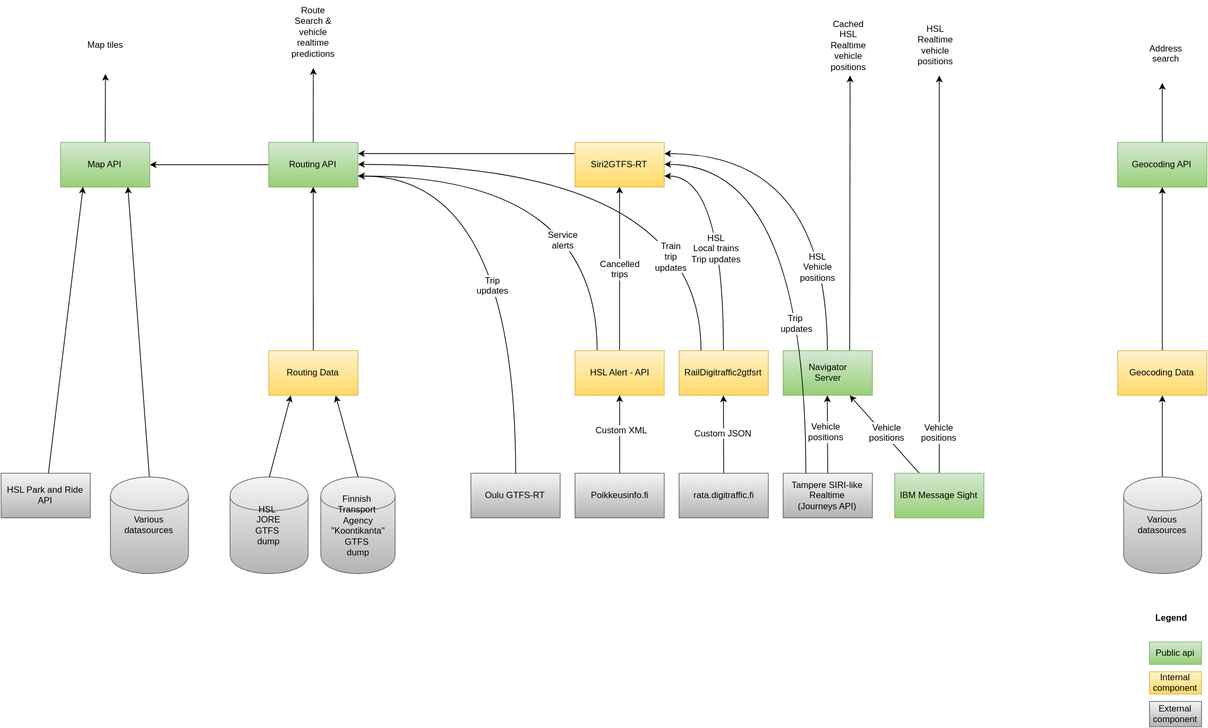
Before: pages/en/developers/architecture/architecture.svg, a diagram exported from draw.io (HSLdevcom/digitransit-site). Source tidied: cells renumbered, new cells last; positions are measured from the earlier drawing's top-left corner, leaving out a move shared by most shapes.
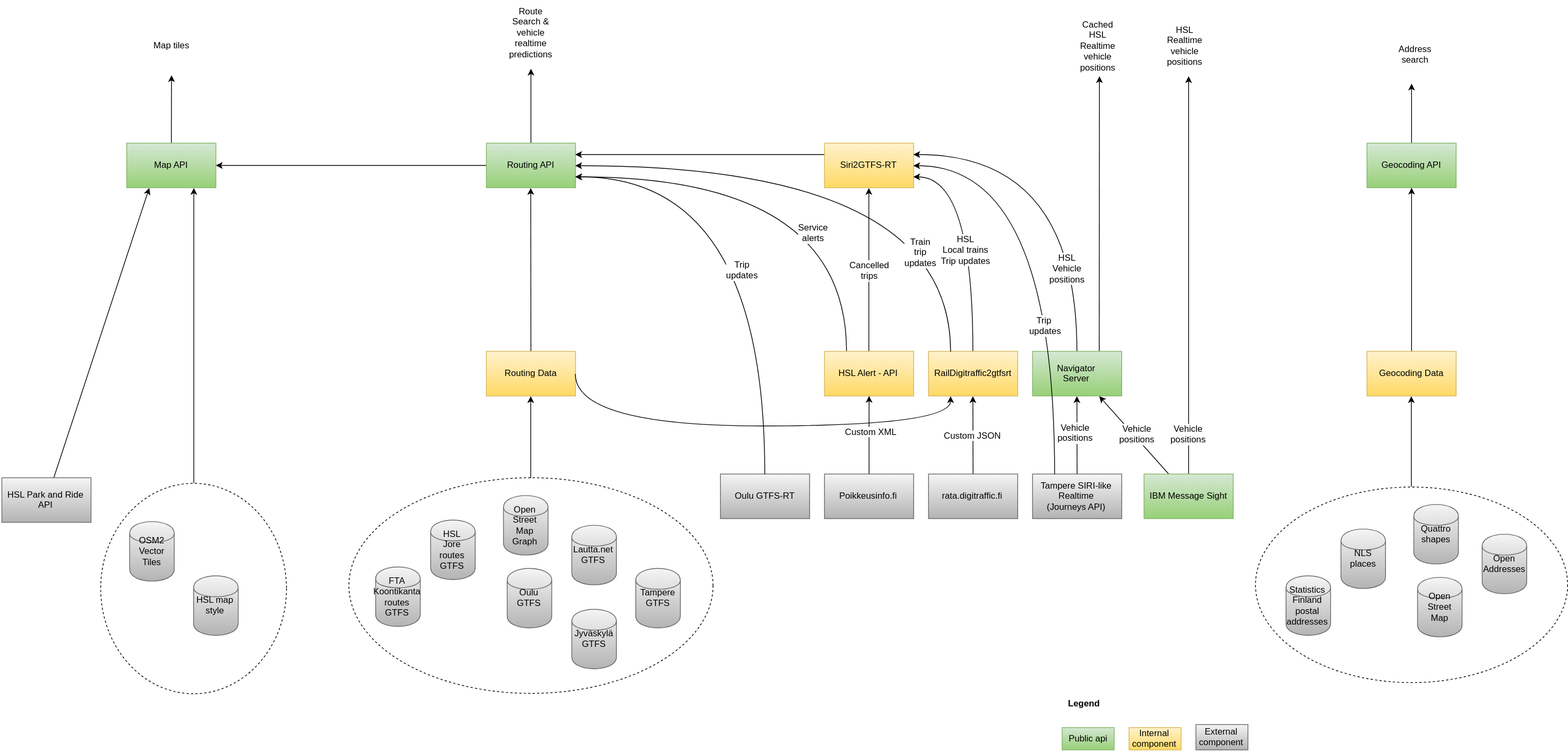
After the commit.

The edit, as a diff of the source:
```diff
@@ -2,22 +2,25 @@
   <root>
     <mxCell id="0" />
     <mxCell id="1" parent="0" />
+    <mxCell id="67" style="ellipse;whiteSpace=wrap;html=1;align=center;fillColor=#ffffff;strokeColor=#000000;dashed=1;" parent="1" vertex="1">
+      <mxGeometry x="132" y="640" width="490" height="290" as="geometry" />
+    </mxCell>
     <mxCell id="2" style="edgeStyle=orthogonalEdgeStyle;curved=1;rounded=0;html=1;jettySize=auto;" parent="1" edge="1" source="4">
       <mxGeometry relative="1" as="geometry">
-        <mxPoint x="420" y="90" as="targetPoint" />
+        <mxPoint x="377" y="90" as="targetPoint" />
       </mxGeometry>
     </mxCell>
     <mxCell id="3" style="edgeStyle=none;rounded=0;html=1;jettySize=auto;" parent="1" edge="1" source="4" target="45">
       <mxGeometry relative="1" as="geometry" />
     </mxCell>
     <mxCell id="4" value="&lt;div style=&quot;text-align: center&quot;&gt;Routing API&lt;/div&gt;" style="whiteSpace=wrap;html=1;align=center;plain-green;" parent="1" vertex="1">
-      <mxGeometry x="360" y="190" width="120" height="60" as="geometry" />
+      <mxGeometry x="317" y="190" width="120" height="60" as="geometry" />
     </mxCell>
     <mxCell id="5" style="rounded=0;html=1;jettySize=auto;entryX=0.5;entryY=1;" parent="1" edge="1" source="6" target="4">
       <mxGeometry relative="1" as="geometry" />
     </mxCell>
     <mxCell id="6" value="&lt;div style=&quot;text-align: center&quot;&gt;Routing Data&lt;/div&gt;" style="whiteSpace=wrap;html=1;align=center;plain-yellow;" parent="1" vertex="1">
-      <mxGeometry x="360" y="470" width="120" height="60" as="geometry" />
+      <mxGeometry x="317" y="470" width="120" height="60" as="geometry" />
     </mxCell>
     <mxCell id="7" style="edgeStyle=orthogonalEdgeStyle;curved=1;rounded=0;html=1;jettySize=auto;" parent="1" edge="1" source="8">
       <mxGeometry relative="1" as="geometry">
@@ -63,19 +66,10 @@
     <mxCell id="20" value="&lt;div style=&quot;text-align: center&quot;&gt;Siri2GTFS-RT&lt;/div&gt;" style="whiteSpace=wrap;html=1;align=center;plain-yellow;" parent="1" vertex="1">
       <mxGeometry x="772" y="190" width="120" height="60" as="geometry" />
     </mxCell>
-    <mxCell id="21" value="&lt;span&gt;HSL&amp;nbsp;&lt;/span&gt;&lt;div&gt;JORE&lt;/div&gt;&lt;div&gt;GTFS&amp;nbsp;&lt;/div&gt;&lt;div&gt;dump&lt;/div&gt;" style="shape=cylinder;whiteSpace=wrap;html=1;align=center;plain-gray;" parent="1" vertex="1">
-      <mxGeometry x="308" y="640" width="105" height="130" as="geometry" />
-    </mxCell>
-    <mxCell id="22" value="&lt;span&gt;Finnish&amp;nbsp;&lt;/span&gt;&lt;div&gt;&lt;span&gt;Transport&amp;nbsp;&lt;/span&gt;&lt;/div&gt;&lt;div&gt;&lt;span&gt;Agency&lt;/span&gt;&lt;div&gt;&quot;Koontikanta&quot;&lt;/div&gt;&lt;div&gt;GTFS&amp;nbsp;&lt;/div&gt;&lt;div&gt;dump&lt;/div&gt;&lt;/div&gt;" style="shape=cylinder;whiteSpace=wrap;html=1;align=center;plain-gray;" parent="1" vertex="1">
-      <mxGeometry x="430" y="640" width="100" height="130" as="geometry" />
-    </mxCell>
-    <mxCell id="23" style="endArrow=classic;html=1;exitX=0.5;exitY=0;entryX=0.25;entryY=1;" parent="1" edge="1" source="21" target="6">
+    <mxCell id="23" style="endArrow=classic;html=1;exitX=0.5;exitY=0;entryX=0.5;entryY=1;" parent="1" edge="1" source="67" target="6">
       <mxGeometry relative="1" as="geometry" />
     </mxCell>
-    <mxCell id="24" style="endArrow=classic;html=1;exitX=0.5;exitY=0;entryX=0.75;entryY=1;" parent="1" edge="1" source="22" target="6">
-      <mxGeometry x="-222" y="540" as="geometry" />
-    </mxCell>
-    <mxCell id="25" style="rounded=0;html=1;jettySize=auto;entryX=0.5;entryY=1;exitX=0.5;exitY=0;" parent="1" edge="1" source="59" target="10">
+    <mxCell id="25" style="rounded=0;html=1;jettySize=auto;entryX=0.5;entryY=1;exitX=0.5;exitY=0;" parent="1" edge="1" source="79" target="10">
       <mxGeometry relative="1" as="geometry" />
     </mxCell>
     <mxCell id="26" style="rounded=0;html=1;jettySize=auto;entryX=0.5;entryY=1;" parent="1" edge="1" source="28" target="35">
@@ -145,19 +139,19 @@
       <mxGeometry x="1202" y="635" width="120" height="60" as="geometry" />
     </mxCell>
     <mxCell id="44" style="rounded=0;html=1;jettySize=auto;entryX=0.5;entryY=1;" parent="1" edge="1" source="45" target="53">
-      <mxGeometry x="-402" y="170" as="geometry" />
+      <mxGeometry x="-649" y="170" as="geometry" />
     </mxCell>
     <mxCell id="45" value="&lt;div style=&quot;text-align: center&quot;&gt;Map API&lt;/div&gt;" style="whiteSpace=wrap;html=1;align=center;plain-green;" parent="1" vertex="1">
-      <mxGeometry x="80" y="190" width="120" height="60" as="geometry" />
+      <mxGeometry x="-167" y="190" width="120" height="60" as="geometry" />
     </mxCell>
-    <mxCell id="46" style="rounded=0;html=1;jettySize=auto;entryX=0.75;entryY=1;exitX=0.5;exitY=0;" parent="1" edge="1" source="58" target="45">
-      <mxGeometry x="-402" y="620" as="geometry" />
+    <mxCell id="46" style="rounded=0;html=1;jettySize=auto;entryX=0.75;entryY=1;exitX=0.5;exitY=0;" parent="1" edge="1" source="76" target="45">
+      <mxGeometry x="-649" y="620" as="geometry" />
     </mxCell>
     <mxCell id="47" style="edgeStyle=none;rounded=0;html=1;jettySize=auto;entryX=0.25;entryY=1;" parent="1" edge="1" source="48" target="45">
       <mxGeometry relative="1" as="geometry" />
     </mxCell>
     <mxCell id="48" value="&lt;div style=&quot;text-align: center&quot;&gt;HSL Park and Ride API&lt;/div&gt;" style="whiteSpace=wrap;html=1;align=center;plain-gray;" parent="1" vertex="1">
-      <mxGeometry y="635" width="120" height="60" as="geometry" />
+      <mxGeometry x="-335" y="640" width="120" height="60" as="geometry" />
     </mxCell>
     <mxCell id="49" value="&lt;span&gt;Cached HSL&lt;/span&gt;&lt;div&gt;Realtime vehicle positions&lt;/div&gt;" style="text;html=1;strokeColor=none;fillColor=none;align=center;verticalAlign=middle;whiteSpace=wrap;overflow=hidden;" parent="1" vertex="1">
       <mxGeometry x="1105" y="18" width="70" height="80" as="geometry" />
@@ -169,29 +163,23 @@
       <mxGeometry x="1532" y="30" width="70" height="80" as="geometry" />
     </mxCell>
     <mxCell id="52" value="Route Search &amp;amp; vehicle realtime predictions" style="text;html=1;strokeColor=none;fillColor=none;align=center;verticalAlign=middle;whiteSpace=wrap;overflow=hidden;" parent="1" vertex="1">
-      <mxGeometry x="385" width="70" height="80" as="geometry" />
+      <mxGeometry x="342" width="70" height="80" as="geometry" />
     </mxCell>
     <mxCell id="53" value="Map tiles" style="text;html=1;strokeColor=none;fillColor=none;align=center;verticalAlign=middle;whiteSpace=wrap;overflow=hidden;" parent="1" vertex="1">
-      <mxGeometry x="105" y="18" width="70" height="80" as="geometry" />
+      <mxGeometry x="-142" y="18" width="70" height="80" as="geometry" />
     </mxCell>
     <mxCell id="54" value="&lt;div style=&quot;text-align: center&quot;&gt;Public api&lt;/div&gt;" style="whiteSpace=wrap;html=1;align=center;plain-green;" parent="1" vertex="1">
-      <mxGeometry x="1544.8" y="862" width="70" height="30" as="geometry" />
+      <mxGeometry x="1091.8" y="976" width="70" height="30" as="geometry" />
     </mxCell>
     <mxCell id="55" value="&lt;div style=&quot;text-align: center&quot;&gt;Internal component&lt;/div&gt;" style="whiteSpace=wrap;html=1;align=center;plain-yellow;" parent="1" vertex="1">
-      <mxGeometry x="1544.8" y="902" width="70" height="30" as="geometry" />
+      <mxGeometry x="1181.8" y="976" width="70" height="30" as="geometry" />
     </mxCell>
     <mxCell id="56" value="&lt;div style=&quot;text-align: center&quot;&gt;External component&lt;/div&gt;" style="whiteSpace=wrap;html=1;align=center;plain-gray;" parent="1" vertex="1">
-      <mxGeometry x="1544.8" y="942" width="70" height="34" as="geometry" />
+      <mxGeometry x="1271.8" y="972" width="70" height="34" as="geometry" />
     </mxCell>
     <mxCell id="57" value="Legend" style="text;html=1;strokeColor=none;fillColor=none;align=center;verticalAlign=middle;whiteSpace=wrap;overflow=hidden;fontStyle=1;" parent="1" vertex="1">
-      <mxGeometry x="1544.8" y="814" width="60" height="30" as="geometry" />
+      <mxGeometry x="1091.8" y="928" width="60" height="30" as="geometry" />
     </mxCell>
-    <mxCell id="58" value="Various datasources" style="shape=cylinder;whiteSpace=wrap;html=1;align=center;plain-gray;" parent="1" vertex="1">
-      <mxGeometry x="147" y="640" width="105" height="130" as="geometry" />
-    </mxCell>
-    <mxCell id="59" value="Various datasources" style="shape=cylinder;whiteSpace=wrap;html=1;align=center;plain-gray;" parent="1" vertex="1">
-      <mxGeometry x="1510" y="640" width="105" height="130" as="geometry" />
-    </mxCell>
     <mxCell id="60" style="endArrow=classic;html=1;exitX=0.25;exitY=0;entryX=1;entryY=0.5;edgeStyle=orthogonalEdgeStyle;curved=1;" parent="1" edge="1" source="31" target="4">
       <mxGeometry relative="1" as="geometry" />
     </mxCell>
@@ -215,5 +203,62 @@
     <mxCell id="66" value="Trip&amp;nbsp;&lt;div&gt;updates&lt;/div&gt;" style="text;html=1;align=center;verticalAlign=middle;labelBackgroundColor=#ffffff;" parent="65" vertex="1">
       <mxGeometry x="-0.33" y="13" relative="1" as="geometry" />
     </mxCell>
+    <mxCell id="68" value="HSL&lt;div&gt;Jore routes&lt;/div&gt;&lt;div&gt;GTFS&lt;/div&gt;" style="shape=cylinder;whiteSpace=wrap;html=1;align=center;plain-gray;" parent="1" vertex="1">
+      <mxGeometry x="242" y="697" width="60" height="80" as="geometry" />
+    </mxCell>
+    <mxCell id="69" value="FTA&lt;div&gt;Koontikanta routes&lt;/div&gt;&lt;div&gt;GTFS&lt;/div&gt;" style="shape=cylinder;whiteSpace=wrap;html=1;align=center;plain-gray;" parent="1" vertex="1">
+      <mxGeometry x="168" y="760" width="60" height="80" as="geometry" />
+    </mxCell>
+    <mxCell id="70" value="Open&lt;div&gt;Street&lt;/div&gt;&lt;div&gt;Map&lt;/div&gt;&lt;div&gt;Graph&lt;/div&gt;" style="shape=cylinder;whiteSpace=wrap;html=1;align=center;plain-gray;" parent="1" vertex="1">
+      <mxGeometry x="340" y="664" width="60" height="80" as="geometry" />
+    </mxCell>
+    <mxCell id="71" value="Lautta.net&lt;div&gt;GTFS&lt;/div&gt;" style="shape=cylinder;whiteSpace=wrap;html=1;align=center;plain-gray;" parent="1" vertex="1">
+      <mxGeometry x="432" y="704" width="60" height="80" as="geometry" />
+    </mxCell>
+    <mxCell id="72" value="Tampere&lt;div&gt;GTFS&lt;/div&gt;" style="shape=cylinder;whiteSpace=wrap;html=1;align=center;plain-gray;" parent="1" vertex="1">
+      <mxGeometry x="518" y="762" width="60" height="80" as="geometry" />
+    </mxCell>
+    <mxCell id="73" value="Oulu&lt;div&gt;GTFS&lt;/div&gt;" style="shape=cylinder;whiteSpace=wrap;html=1;align=center;plain-gray;" parent="1" vertex="1">
+      <mxGeometry x="345" y="762" width="60" height="80" as="geometry" />
+    </mxCell>
+    <mxCell id="74" value="Jyväskylä&lt;div&gt;GTFS&lt;/div&gt;" style="shape=cylinder;whiteSpace=wrap;html=1;align=center;plain-gray;" parent="1" vertex="1">
+      <mxGeometry x="432" y="817" width="60" height="80" as="geometry" />
+    </mxCell>
+    <mxCell id="75" style="endArrow=classic;html=1;entryX=0.25;entryY=1;edgeStyle=orthogonalEdgeStyle;curved=1;" parent="1" edge="1" target="31">
+      <mxGeometry x="-215" y="630.3" as="geometry">
+        <mxPoint x="437" y="500" as="sourcePoint" />
+        <Array as="points">
+          <mxPoint x="437" y="570" />
+          <mxPoint x="942" y="570" />
+        </Array>
+      </mxGeometry>
+    </mxCell>
+    <mxCell id="76" style="ellipse;whiteSpace=wrap;html=1;align=center;fillColor=#ffffff;strokeColor=#000000;dashed=1;" parent="1" vertex="1">
+      <mxGeometry x="-202" y="647" width="250" height="283" as="geometry" />
+    </mxCell>
+    <mxCell id="77" value="OSM2&lt;br&gt;Vector&lt;br&gt;Tiles" style="shape=cylinder;whiteSpace=wrap;html=1;align=center;plain-gray;" parent="1" vertex="1">
+      <mxGeometry x="-163" y="699" width="60" height="80" as="geometry" />
+    </mxCell>
+    <mxCell id="78" value="HSL map style" style="shape=cylinder;whiteSpace=wrap;html=1;align=center;plain-gray;" parent="1" vertex="1">
+      <mxGeometry x="-77" y="772" width="60" height="80" as="geometry" />
+    </mxCell>
+    <mxCell id="79" style="ellipse;whiteSpace=wrap;html=1;align=center;fillColor=#ffffff;strokeColor=#000000;dashed=1;" parent="1" vertex="1">
+      <mxGeometry x="1352" y="652" width="420" height="263" as="geometry" />
+    </mxCell>
+    <mxCell id="80" value="NLS&lt;div&gt;places&lt;/div&gt;" style="shape=cylinder;whiteSpace=wrap;html=1;align=center;plain-gray;" parent="1" vertex="1">
+      <mxGeometry x="1467" y="709" width="60" height="80" as="geometry" />
+    </mxCell>
+    <mxCell id="81" value="Statistics&lt;div&gt;Finland&lt;/div&gt;&lt;div&gt;postal&lt;/div&gt;&lt;div&gt;addresses&lt;/div&gt;" style="shape=cylinder;whiteSpace=wrap;html=1;align=center;plain-gray;" parent="1" vertex="1">
+      <mxGeometry x="1393" y="772" width="60" height="80" as="geometry" />
+    </mxCell>
+    <mxCell id="82" value="Quattro&lt;br&gt;shapes" style="shape=cylinder;whiteSpace=wrap;html=1;align=center;plain-gray;" parent="1" vertex="1">
+      <mxGeometry x="1565" y="676" width="60" height="80" as="geometry" />
+    </mxCell>
+    <mxCell id="83" value="Open&lt;div&gt;Addresses&lt;/div&gt;" style="shape=cylinder;whiteSpace=wrap;html=1;align=center;plain-gray;" parent="1" vertex="1">
+      <mxGeometry x="1657" y="716" width="60" height="80" as="geometry" />
+    </mxCell>
+    <mxCell id="84" value="Open&lt;div&gt;Street&lt;/div&gt;&lt;div&gt;Map&lt;/div&gt;" style="shape=cylinder;whiteSpace=wrap;html=1;align=center;plain-gray;" parent="1" vertex="1">
+      <mxGeometry x="1570" y="774" width="60" height="80" as="geometry" />
+    </mxCell>
   </root>
 </mxGraphModel>
```
